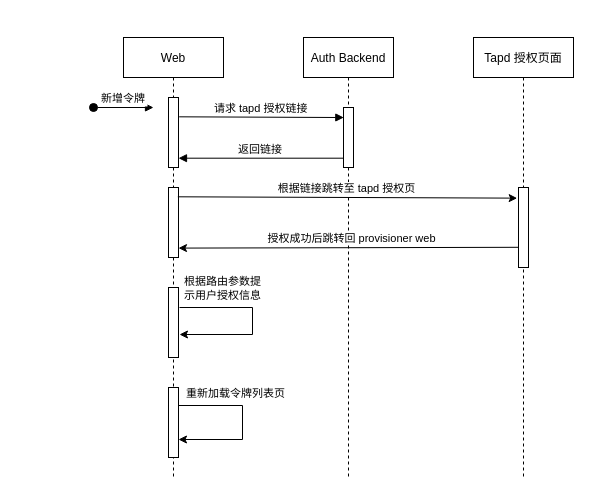
Before: Untitled Diagram.drawio in delaprada/draw.io, a draw.io diagram. Source tidied: cells renumbered, new cells numbered last; positions are measured from the earlier drawing's top-left corner, leaving out a move shared by most shapes. Both pictures are drawn from the tidied source at 100%, with x=0, y=0 at pixel (93, 37).
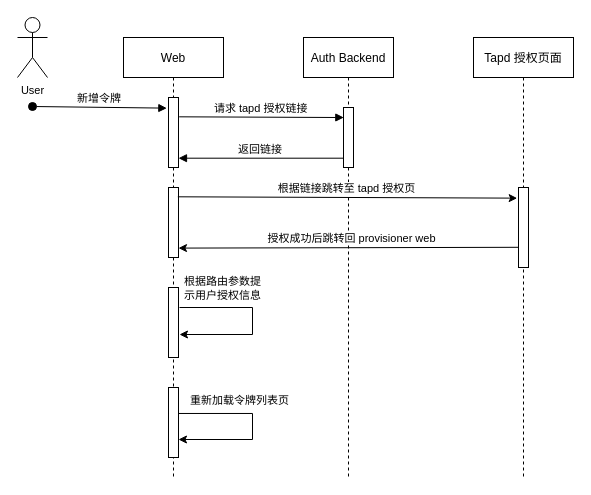
The same diagram, later.

Unchanged cells that the change refers to:
```xml
<mxCell id="2" value="Web" style="shape=umlLifeline;perimeter=lifelinePerimeter;rounded=0;shadow=0;strokeWidth=1;" parent="1" vertex="1">
  <mxGeometry x="30" width="100" height="440" as="geometry" />
</mxCell>
<mxCell id="5" style="points=[];perimeter=orthogonalPerimeter;rounded=0;shadow=0;strokeWidth=1;" parent="2" vertex="1">
  <mxGeometry x="45" y="60" width="10" height="70" as="geometry" />
</mxCell>
<mxCell id="9" style="points=[];perimeter=orthogonalPerimeter;rounded=0;shadow=0;strokeWidth=1;" parent="2" vertex="1">
  <mxGeometry x="45" y="350" width="10" height="70" as="geometry" />
</mxCell>
```

Change to the diagram source:
```diff
@@
-    <mxCell id="4" value="新增令牌" style="verticalAlign=bottom;startArrow=oval;endArrow=block;startSize=8;shadow=0;strokeWidth=1;fontSize=11;" parent="2" edge="1">
+    <mxCell id="4" value="新增令牌" style="verticalAlign=bottom;startArrow=oval;endArrow=block;startSize=8;shadow=0;strokeWidth=1;fontSize=11;entryX=-0.167;entryY=0.152;entryDx=0;entryDy=0;entryPerimeter=0;" parent="2" edge="1" target="5">
       <mxGeometry relative="1" as="geometry">
-        <mxPoint x="-30" y="70" as="sourcePoint" />
-        <mxPoint x="30" y="70" as="targetPoint" />
+        <mxPoint x="-91" y="69" as="sourcePoint" />
       </mxGeometry>
     </mxCell>
@@
-    <mxCell id="10" style="edgeStyle=elbowEdgeStyle;elbow=horizontal;endArrow=classic;html=1;rounded=0;" parent="2" edge="1">
+    <mxCell id="10" style="edgeStyle=elbowEdgeStyle;elbow=horizontal;endArrow=classic;html=1;rounded=0;exitX=1.033;exitY=0.371;exitDx=0;exitDy=0;exitPerimeter=0;" parent="2" edge="1" source="9">
       <mxGeometry relative="1" as="geometry">
-        <mxPoint x="55" y="368" as="sourcePoint" />
         <mxPoint x="55" y="402" as="targetPoint" />
         <Array as="points">
-          <mxPoint x="119" y="375" />
+          <mxPoint x="129" y="385" />
           <mxPoint x="38" y="310" />
         </Array>
       </mxGeometry>
     </mxCell>
@@
+    <mxCell id="22" value="User" style="shape=umlActor;verticalLabelPosition=bottom;verticalAlign=top;html=1;fontSize=11;" parent="1" vertex="1">
+      <mxGeometry x="-76" y="-20" width="30" height="60" as="geometry" />
+    </mxCell>
```
